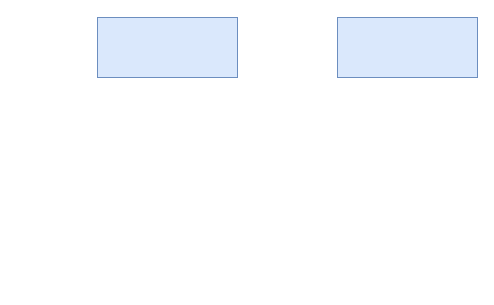
This is drawio/seo.drawio from VisableHarry/seo-drawio, a draw.io file, before an edit. Source tidied: cells renumbered, new cells numbered last; positions are measured from the earlier drawing's top-left corner, leaving out a move shared by most shapes. Both pictures are drawn from the tidied source at 100%, with x=0, y=0 at pixel (97, 17).
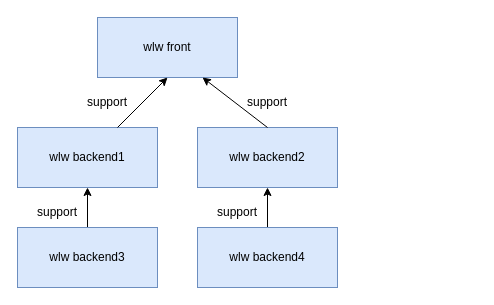
Above is the later version.

The edit, as a diff of the source:
```diff
@@
 <mxGraphModel>
   <root>
     <mxCell id="0" />
     <mxCell id="1" parent="0" />
-    <mxCell id="2" style="rounded=0;whiteSpace=wrap;html=1;fillColor=#dae8fc;strokeColor=#6c8ebf;" parent="1" vertex="1">
+    <mxCell id="2" value="wlw front" style="rounded=0;whiteSpace=wrap;html=1;fillColor=#dae8fc;strokeColor=#6c8ebf;" parent="1" vertex="1">
       <mxGeometry width="140" height="60" as="geometry" />
     </mxCell>
-    <mxCell id="3" style="rounded=0;whiteSpace=wrap;html=1;fillColor=#dae8fc;strokeColor=#6c8ebf;" parent="1" vertex="1">
-      <mxGeometry x="240" width="140" height="60" as="geometry" />
-    </mxCell>
+    <mxCell id="4" value="wlw backend1" style="rounded=0;whiteSpace=wrap;html=1;fillColor=#dae8fc;strokeColor=#6c8ebf;" parent="1" vertex="1">
+      <mxGeometry x="-80" y="110" width="140" height="60" as="geometry" />
+    </mxCell>
+    <mxCell id="5" value="wlw backend2" style="rounded=0;whiteSpace=wrap;html=1;fillColor=#dae8fc;strokeColor=#6c8ebf;" parent="1" vertex="1">
+      <mxGeometry x="100" y="110" width="140" height="60" as="geometry" />
+    </mxCell>
+    <mxCell id="6" style="edgeStyle=orthogonalEdgeStyle;rounded=0;jettySize=auto;html=1;exitX=0.5;exitY=0;exitDx=0;exitDy=0;entryX=0.5;entryY=1;entryDx=0;entryDy=0;" parent="1" edge="1" source="7" target="4">
+      <mxGeometry relative="1" as="geometry" />
+    </mxCell>
+    <mxCell id="7" value="wlw backend3" style="rounded=0;whiteSpace=wrap;html=1;fillColor=#dae8fc;strokeColor=#6c8ebf;" parent="1" vertex="1">
+      <mxGeometry x="-80" y="210" width="140" height="60" as="geometry" />
+    </mxCell>
+    <mxCell id="8" style="edgeStyle=orthogonalEdgeStyle;rounded=0;jettySize=auto;html=1;entryX=0.5;entryY=1;entryDx=0;entryDy=0;" parent="1" edge="1" source="9" target="5">
+      <mxGeometry relative="1" as="geometry" />
+    </mxCell>
+    <mxCell id="9" value="wlw backend4" style="rounded=0;whiteSpace=wrap;html=1;fillColor=#dae8fc;strokeColor=#6c8ebf;" parent="1" vertex="1">
+      <mxGeometry x="100" y="210" width="140" height="60" as="geometry" />
+    </mxCell>
+    <mxCell id="10" style="endArrow=classic;html=1;rounded=0;entryX=0.5;entryY=1;entryDx=0;entryDy=0;" parent="1" edge="1" source="4" target="2">
+      <mxGeometry relative="1" as="geometry" />
+    </mxCell>
+    <mxCell id="11" style="endArrow=classic;html=1;rounded=0;entryX=0.75;entryY=1;entryDx=0;entryDy=0;exitX=0.5;exitY=0;exitDx=0;exitDy=0;" parent="1" edge="1" source="5" target="2">
+      <mxGeometry relative="1" as="geometry" />
+    </mxCell>
+    <mxCell id="12" value="support" style="text;strokeColor=none;align=center;fillColor=none;html=1;verticalAlign=middle;whiteSpace=wrap;rounded=0;" parent="1" vertex="1">
+      <mxGeometry x="-20" y="70" width="60" height="30" as="geometry" />
+    </mxCell>
+    <mxCell id="13" value="support" style="text;strokeColor=none;align=center;fillColor=none;html=1;verticalAlign=middle;whiteSpace=wrap;rounded=0;" parent="1" vertex="1">
+      <mxGeometry x="140" y="70" width="60" height="30" as="geometry" />
+    </mxCell>
+    <mxCell id="14" value="support" style="text;strokeColor=none;align=center;fillColor=none;html=1;verticalAlign=middle;whiteSpace=wrap;rounded=0;" parent="1" vertex="1">
+      <mxGeometry x="-70" y="180" width="60" height="30" as="geometry" />
+    </mxCell>
+    <mxCell id="15" value="support" style="text;strokeColor=none;align=center;fillColor=none;html=1;verticalAlign=middle;whiteSpace=wrap;rounded=0;" parent="1" vertex="1">
+      <mxGeometry x="110" y="180" width="60" height="30" as="geometry" />
+    </mxCell>
   </root>
 </mxGraphModel>
```
